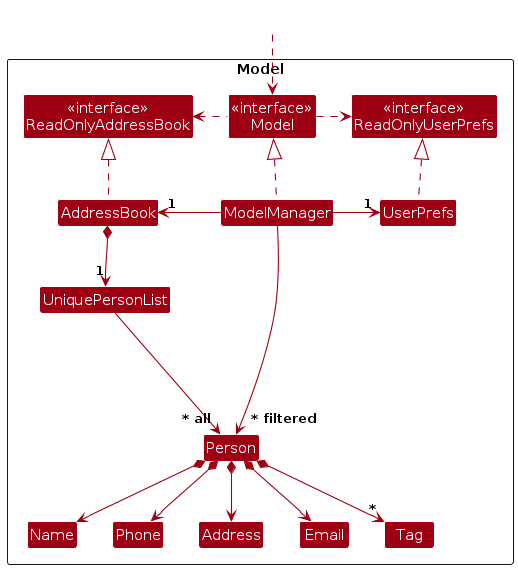
The PlantUML diagram diagrams/ModelClassDiagram.png in AY2627S1-CS2103T-T15-1/tp, before a commit. Its source is kept beside it as diagrams/ModelClassDiagram.puml.
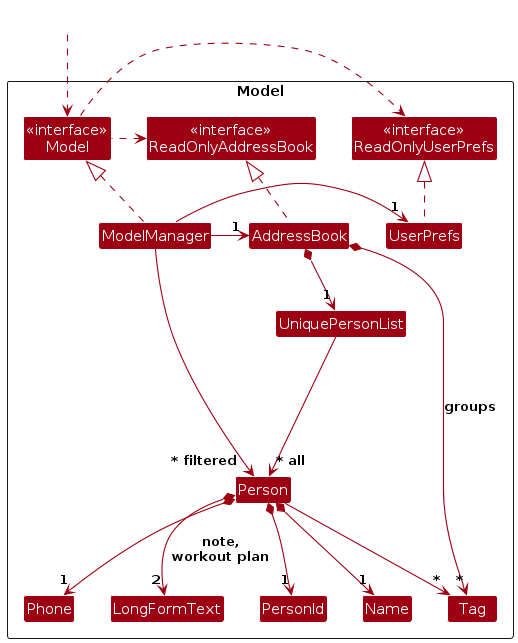
The same diagram one commit later.

Diff of the diagram source:
```diff
@@ -14,10 +14,10 @@
 
 Class UniquePersonList
 Class Person
-Class Address
-Class Email
+Class PersonId
 Class Name
 Class Phone
+Class LongFormText
 Class Tag
 
 Class I #FFFFFF
@@ -36,19 +36,20 @@
 UserPrefs .up.|> ReadOnlyUserPrefs
 
 AddressBook *--> "1" UniquePersonList
+AddressBook *--> "*" Tag : groups
 UniquePersonList --> "~* all" Person
-Person *--> Name
-Person *--> Phone
-Person *--> Email
-Person *--> Address
-Person *--> "*" Tag
+Person *--> "1" PersonId
+Person *--> "1" Name
+Person *--> "1" Phone
+Person *--> "2" LongFormText : note,\nworkout plan
+Person --> "*" Tag
 
 Person -[hidden]up--> I
 UniquePersonList -[hidden]right-> I
 
+PersonId -[hidden]right-> Name
 Name -[hidden]right-> Phone
-Phone -[hidden]right-> Address
-Address -[hidden]right-> Email
+Phone -[hidden]right-> LongFormText
 
 ModelManager --> "~* filtered" Person
 @enduml
```
